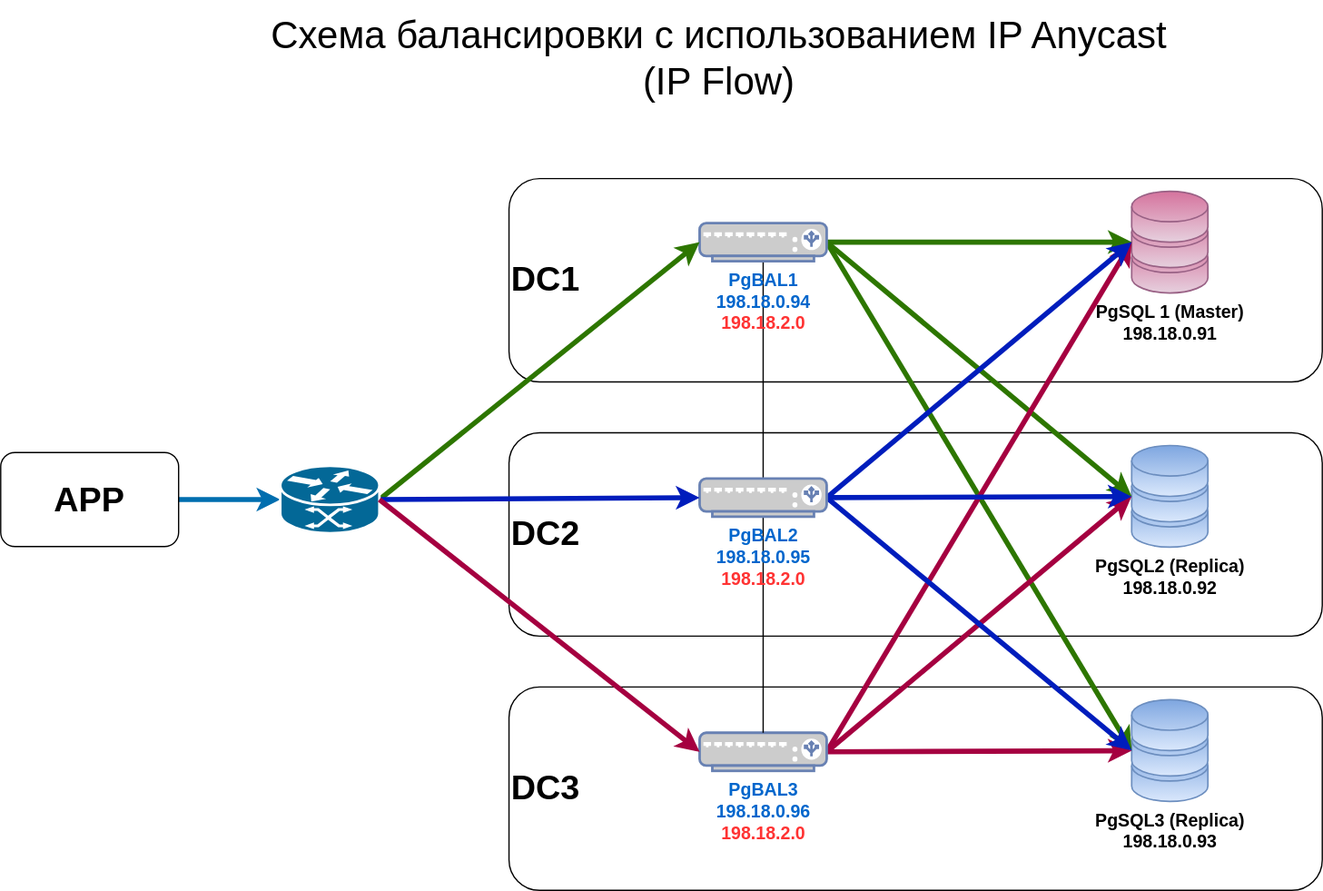
Above: support/drawio/ntwrk_04.drawio.svg in IgorAlov/pg_pool2_ng (draw.io), before the change. Source tidied: cells renumbered, new cells last; positions are measured from the earlier drawing's top-left corner, leaving out a move shared by most shapes.
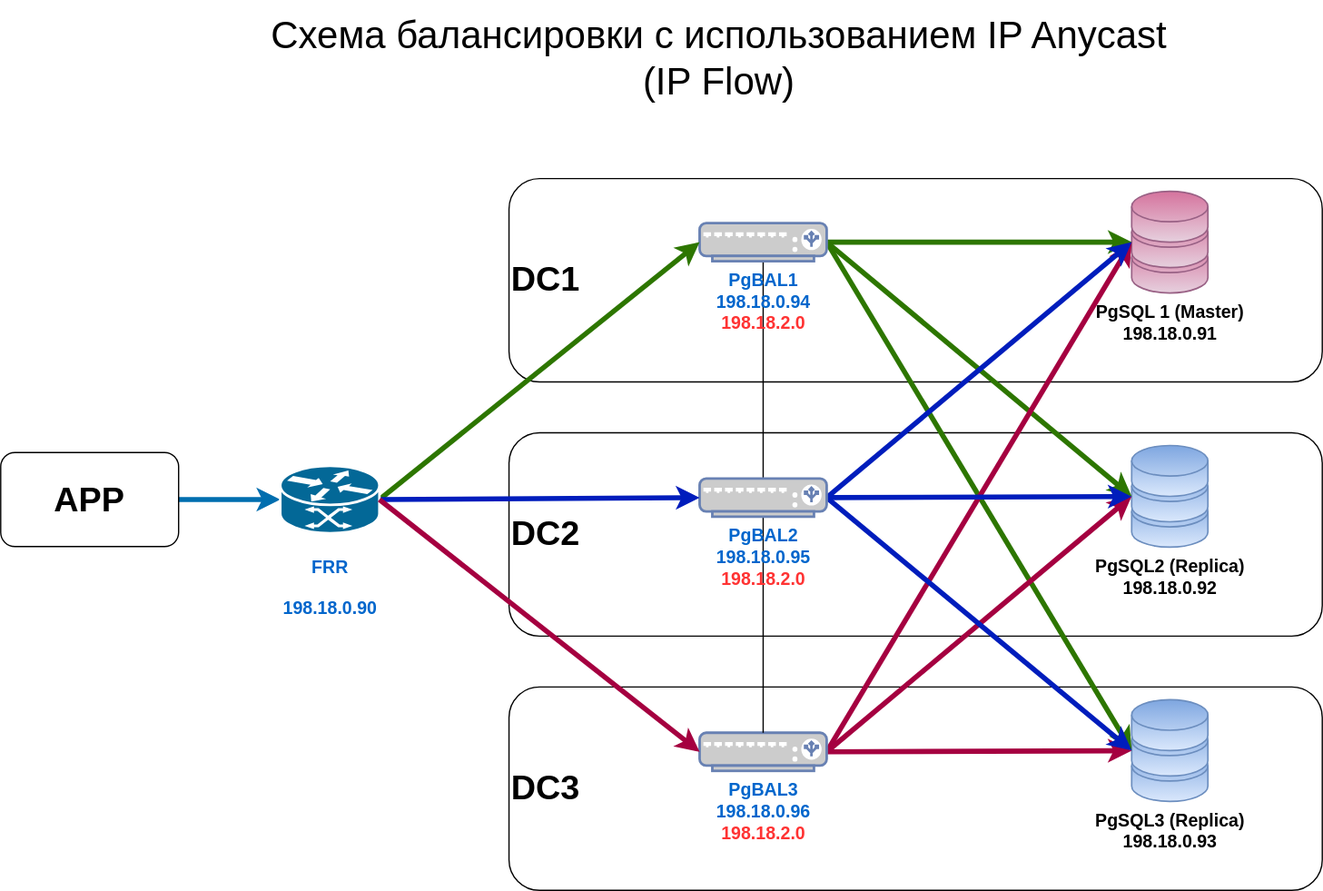
Above is the later version.

Commit message:
finx path

Change to the diagram source:
```diff
@@ -74,7 +74,7 @@
     <mxCell id="25" style="edgeStyle=none;html=1;exitX=1;exitY=0.5;exitDx=0;exitDy=0;exitPerimeter=0;strokeWidth=4;fontSize=27;entryX=0;entryY=0.5;entryDx=0;entryDy=0;entryPerimeter=0;flowAnimation=1;fillColor=#0050ef;strokeColor=#001DBC;" parent="1" edge="1" source="26" target="21">
       <mxGeometry relative="1" as="geometry" />
     </mxCell>
-    <mxCell id="26" style="shape=mxgraph.cisco.routers.atm_router;html=1;dashed=0;fillColor=#036897;strokeColor=#ffffff;strokeWidth=2;verticalLabelPosition=bottom;verticalAlign=top;align=center;outlineConnect=0;fontSize=27;" parent="1" vertex="1">
+    <mxCell id="26" value="&lt;b style=&quot;font-size: 14px;&quot;&gt;&lt;font color=&quot;#0066cc&quot;&gt;FRR&lt;/font&gt;&lt;/b&gt;&lt;br style=&quot;font-size: 14px;&quot;&gt;&lt;b style=&quot;font-size: 14px;&quot;&gt;&lt;font color=&quot;#0066cc&quot;&gt;198.18.0.90&lt;/font&gt;&lt;/b&gt;" style="shape=mxgraph.cisco.routers.atm_router;html=1;dashed=0;fillColor=#036897;strokeColor=#ffffff;strokeWidth=2;verticalLabelPosition=bottom;verticalAlign=top;align=center;outlineConnect=0;fontSize=27;" parent="1" vertex="1">
       <mxGeometry x="220" y="366" width="78" height="53" as="geometry" />
     </mxCell>
     <mxCell id="27" value="Схема балансировки с использованием IP Anycast&lt;br&gt;(IP Flow)" style="text;html=1;align=center;verticalAlign=middle;strokeColor=none;fillColor=none;fontSize=30;" parent="1" vertex="1">
```
